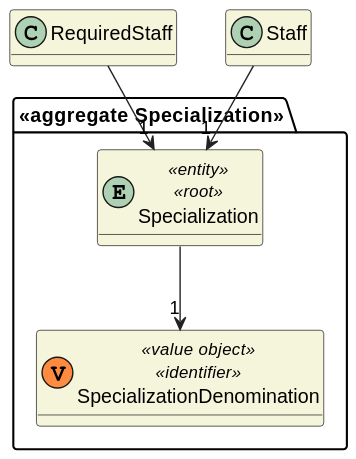
rita-barbosa/LAPR5-2425 keeps this PlantUML diagram as docs/sprint-3/1220683/us-7.2.11/domain-model.svg. Above is the earlier version. Its diagram source:
```plantuml
@startuml
skinparam classAttributeIconSize 0
hide empty attributes
skinparam classBackgroundColor beige
skinparam ArrowColor #222222

package "<<aggregate Specialization>>"{
    entity Specialization <<entity>> <<root>> {}
    class SpecializationDenomination <<(V,#FF8B40)value object>> <<identifier>> {}
}

RequiredStaff --> "1" Specialization

Staff --> "1" Specialization

Specialization --> "1" SpecializationDenomination
@enduml
```
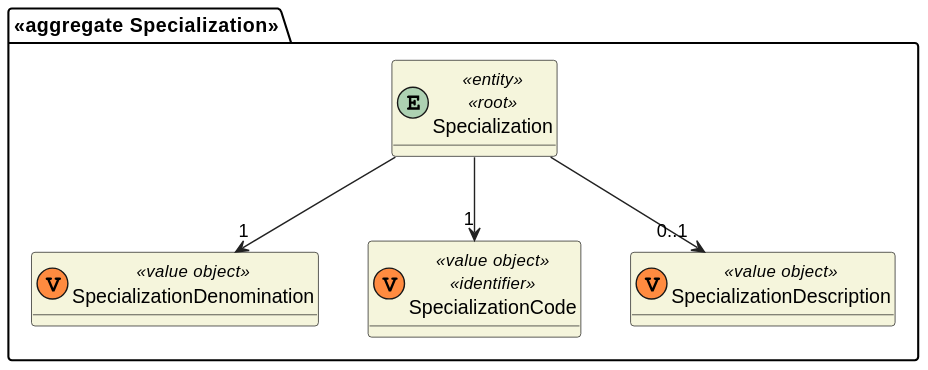
Above is the later version.

What changed in the source:
```diff
@@ -6,12 +6,12 @@
 
 package "<<aggregate Specialization>>"{
     entity Specialization <<entity>> <<root>> {}
-    class SpecializationDenomination <<(V,#FF8B40)value object>> <<identifier>> {}
+    class SpecializationDenomination <<(V,#FF8B40)value object>> {}
+    class SpecializationCode <<(V,#FF8B40)value object>> <<identifier>> {}
+    class SpecializationDescription <<(V,#FF8B40)value object>>  {}
 }
 
-RequiredStaff --> "1" Specialization
-
-Staff --> "1" Specialization
-
 Specialization --> "1" SpecializationDenomination
+Specialization --> "1" SpecializationCode
+Specialization --> "0..1" SpecializationDescription
 @enduml
```
